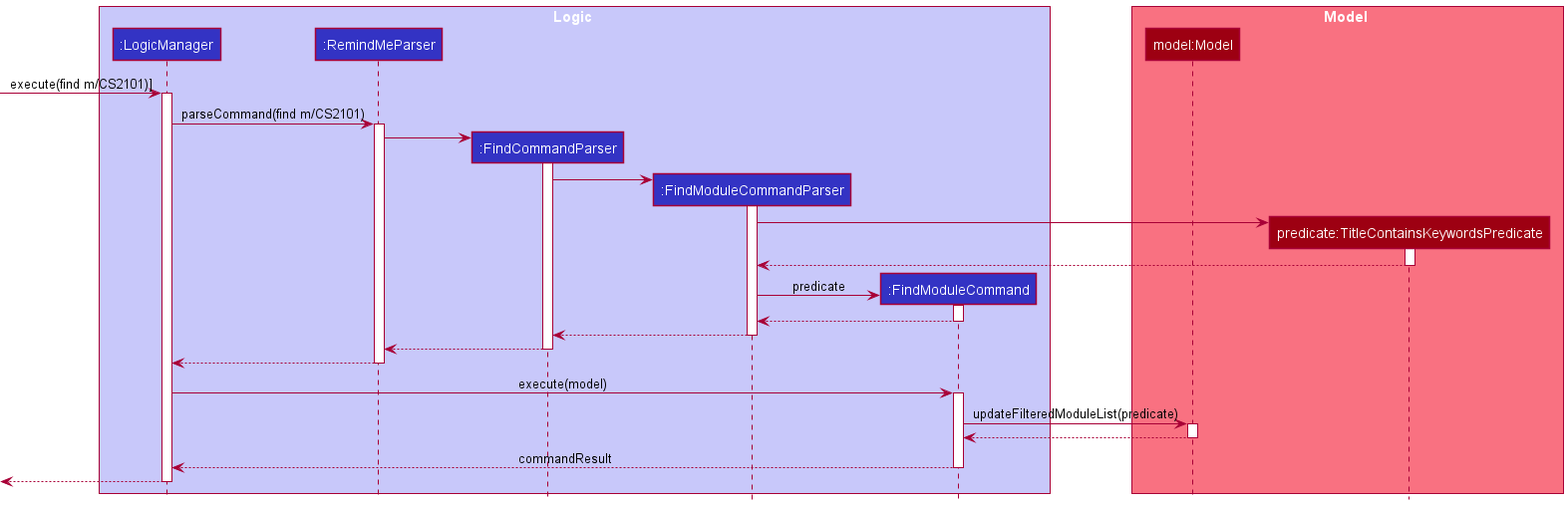
Before: docs/images/FindSequenceDiagram.png, a diagram exported from PlantUML (nus-cs2103-AY2021S2/tp).
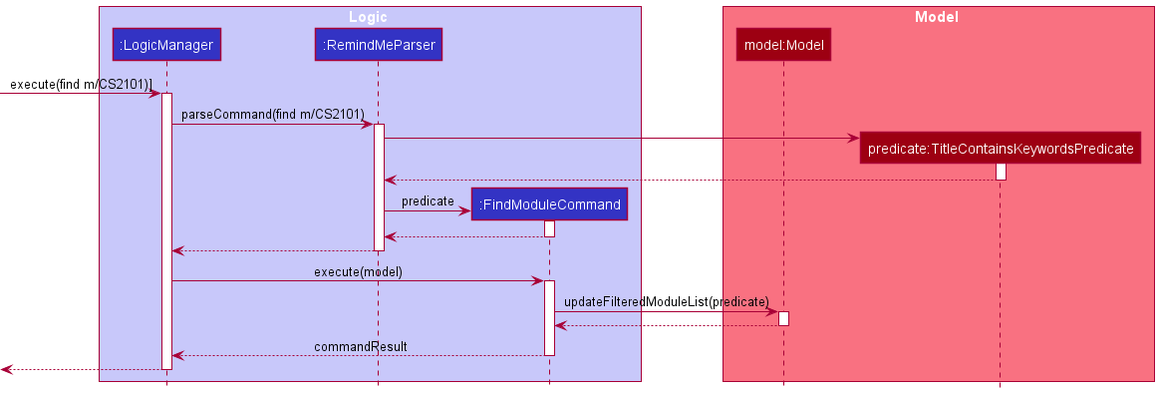
Later version of the same file.

The edit, as a diff of the source:
```diff
@@ -4,8 +4,6 @@
 box Logic LOGIC_COLOR_T1
 participant ":LogicManager" as LogicManager LOGIC_COLOR
 participant ":RemindMeParser" as RemindMeParser LOGIC_COLOR
-participant ":FindCommandParser" as FindCommandParser LOGIC_COLOR
-participant ":FindModuleCommandParser" as FindModuleCommandParser LOGIC_COLOR
 participant ":FindModuleCommand" as FindModuleCommand LOGIC_COLOR
 end box
 
@@ -19,33 +17,19 @@
 LogicManager -> RemindMeParser : parseCommand(find m/CS2101)
 activate RemindMeParser
 
-create FindCommandParser
-RemindMeParser -> FindCommandParser
-activate FindCommandParser
-
-create FindModuleCommandParser
-FindCommandParser -> FindModuleCommandParser
-activate FindModuleCommandParser
-
 create TitleContainsKeywordsPredicate
-FindModuleCommandParser -> TitleContainsKeywordsPredicate
+RemindMeParser -> TitleContainsKeywordsPredicate
 activate TitleContainsKeywordsPredicate
 
-TitleContainsKeywordsPredicate --> FindModuleCommandParser
+TitleContainsKeywordsPredicate --> RemindMeParser
 deactivate TitleContainsKeywordsPredicate
 
 create FindModuleCommand
-FindModuleCommandParser -> FindModuleCommand : predicate
+RemindMeParser -> FindModuleCommand : predicate
 activate FindModuleCommand
 
-FindModuleCommand --> FindModuleCommandParser
+FindModuleCommand --> RemindMeParser
 deactivate FindModuleCommand
-
-FindModuleCommandParser --> FindCommandParser
-deactivate FindModuleCommandParser
-
-FindCommandParser --> RemindMeParser
-deactivate FindCommandParser
 
 RemindMeParser --> LogicManager
 deactivate RemindMeParser
```
